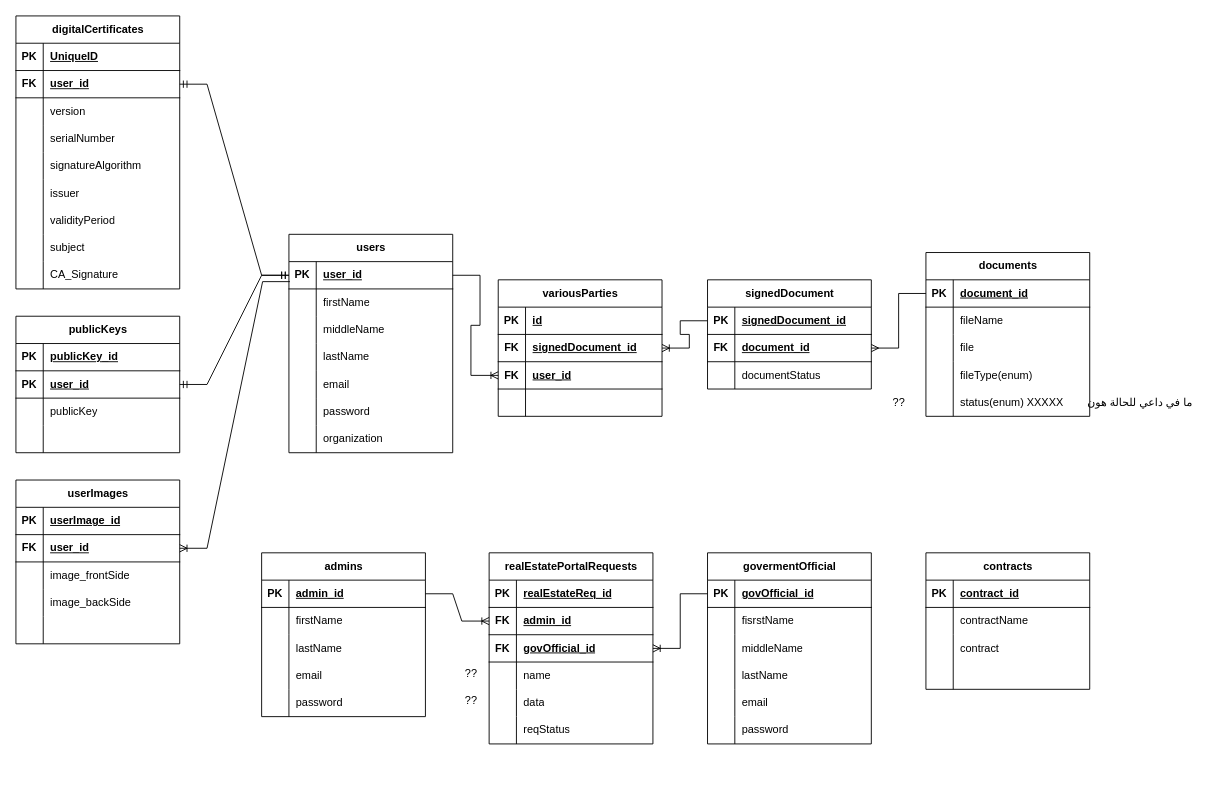
The draw.io diagram Digital Signature ERD.drawio in mhammad5015/Digital-Signature-Application, before the edit. Source tidied: cells renumbered, new cells numbered last; positions are measured from the earlier drawing's top-left corner, leaving out a move shared by most shapes. Both pictures are drawn from the tidied source at 91%, with x=0, y=0 at pixel (15, 15).
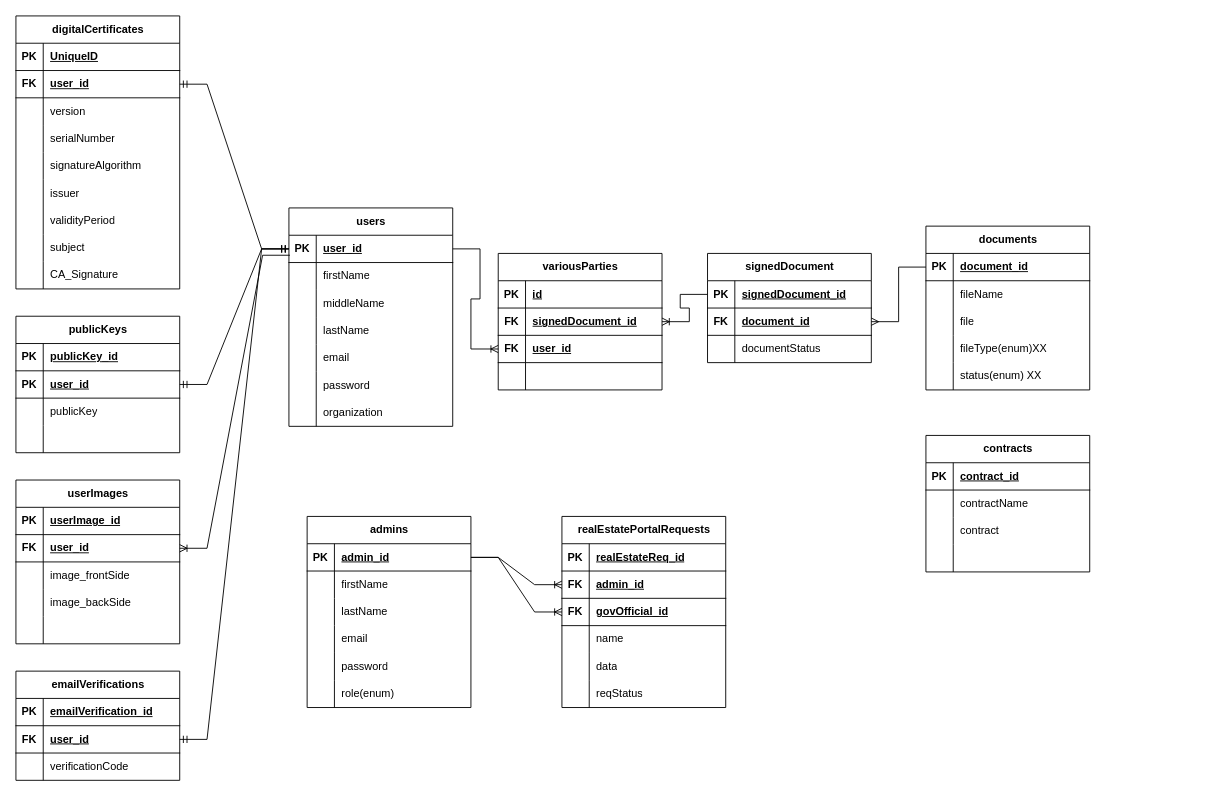
The same page after the edit.

Unchanged cells that the change refers to:
```xml
<mxCell id="3" style="shape=tableRow;horizontal=0;startSize=0;swimlaneHead=0;swimlaneBody=0;fillColor=none;points=[[0,0.5],[1,0.5]];portConstraint=eastwest;top=0;left=0;right=0;bottom=1;" parent="2" vertex="1">
  <mxGeometry y="30" width="180" height="30" as="geometry" />
</mxCell>
<mxCell id="19" style="shape=tableRow;horizontal=0;startSize=0;swimlaneHead=0;swimlaneBody=0;fillColor=none;points=[[0,0.5],[1,0.5]];portConstraint=eastwest;top=0;left=0;right=0;bottom=1;" parent="18" vertex="1">
  <mxGeometry y="30" width="180" height="30" as="geometry" />
</mxCell>
<mxCell id="91" style="shape=tableRow;horizontal=0;startSize=0;swimlaneHead=0;swimlaneBody=0;fillColor=none;top=0;left=0;right=0;bottom=0;" parent="81" vertex="1">
  <mxGeometry y="120" width="180" height="30" as="geometry" />
</mxCell>
<mxCell id="94" style="shape=tableRow;horizontal=0;startSize=0;swimlaneHead=0;swimlaneBody=0;fillColor=none;top=0;left=0;right=0;bottom=0;" parent="81" vertex="1">
  <mxGeometry y="150" width="180" height="30" as="geometry" />
</mxCell>
<mxCell id="160" style="shape=tableRow;horizontal=0;startSize=0;swimlaneHead=0;swimlaneBody=0;fillColor=none;points=[[0,0.5],[1,0.5]];portConstraint=eastwest;top=0;left=0;right=0;bottom=1;" parent="156" vertex="1">
  <mxGeometry y="60" width="180" height="30" as="geometry" />
</mxCell>
<mxCell id="163" style="shape=tableRow;horizontal=0;startSize=0;swimlaneHead=0;swimlaneBody=0;fillColor=none;points=[[0,0.5],[1,0.5]];portConstraint=eastwest;top=0;left=0;right=0;bottom=1;" parent="156" vertex="1">
  <mxGeometry y="90" width="180" height="30" as="geometry" />
</mxCell>
```

Change to the diagram source:
```diff
@@
     <mxCell id="2" value="admins" style="shape=table;startSize=30;childLayout=tableLayout;rowLines=0;fontStyle=1;align=center;html=1;" parent="1" vertex="1">
-      <mxGeometry x="270" y="590" width="180" height="180" as="geometry" />
+      <mxGeometry x="320" y="550" width="180" height="210" as="geometry" />
     </mxCell>
@@
+    <mxCell id="113" style="shape=tableRow;horizontal=0;startSize=0;swimlaneHead=0;swimlaneBody=0;fillColor=none;top=0;left=0;right=0;bottom=0;" parent="2" vertex="1">
+      <mxGeometry y="180" width="180" height="30" as="geometry" />
+    </mxCell>
+    <mxCell id="199" style="shape=partialRectangle;fillColor=none;top=0;left=0;bottom=0;right=0;overflow=hidden;whiteSpace=wrap;html=1;" parent="113" vertex="1">
+      <mxGeometry width="30" height="30" as="geometry" />
+    </mxCell>
+    <mxCell id="200" value="role(enum)" style="shape=partialRectangle;fillColor=none;top=0;left=0;bottom=0;right=0;align=left;spacingLeft=6;overflow=hidden;whiteSpace=wrap;html=1;" parent="113" vertex="1">
+      <mxGeometry x="30" width="150" height="30" as="geometry" />
+    </mxCell>
     <mxCell id="18" value="users" style="shape=table;startSize=30;childLayout=tableLayout;rowLines=0;fontStyle=1;align=center;html=1;" parent="1" vertex="1">
-      <mxGeometry x="300" y="240" width="180" height="240" as="geometry" />
+      <mxGeometry x="300" y="211" width="180" height="240" as="geometry" />
     </mxCell>
@@
     <mxCell id="40" value="contracts" style="shape=table;startSize=30;childLayout=tableLayout;rowLines=0;fontStyle=1;align=center;html=1;" parent="1" vertex="1">
-      <mxGeometry x="1000" y="590" width="180" height="150" as="geometry" />
+      <mxGeometry x="1000" y="461" width="180" height="150" as="geometry" />
     </mxCell>
@@
     <mxCell id="81" value="documents" style="shape=table;startSize=30;childLayout=tableLayout;rowLines=0;fontStyle=1;align=center;html=1;" parent="1" vertex="1">
-      <mxGeometry x="1000" y="260" width="180" height="180" as="geometry" />
+      <mxGeometry x="1000" y="231" width="180" height="180" as="geometry" />
     </mxCell>
@@
-    <mxCell id="93" value="fileType(enum)" style="shape=partialRectangle;fillColor=none;top=0;left=0;bottom=0;right=0;align=left;spacingLeft=6;overflow=hidden;whiteSpace=wrap;html=1;" parent="91" vertex="1">
+    <mxCell id="93" value="fileType(enum)XX" style="shape=partialRectangle;fillColor=none;top=0;left=0;bottom=0;right=0;align=left;spacingLeft=6;overflow=hidden;whiteSpace=wrap;html=1;" parent="91" vertex="1">
       <mxGeometry x="30" width="150" height="30" as="geometry" />
     </mxCell>
@@
-    <mxCell id="96" value="status(enum) XXXXX" style="shape=partialRectangle;fillColor=none;top=0;left=0;bottom=0;right=0;align=left;spacingLeft=6;overflow=hidden;whiteSpace=wrap;html=1;" parent="94" vertex="1">
+    <mxCell id="96" value="status(enum) XX" style="shape=partialRectangle;fillColor=none;top=0;left=0;bottom=0;right=0;align=left;spacingLeft=6;overflow=hidden;whiteSpace=wrap;html=1;" parent="94" vertex="1">
       <mxGeometry x="30" width="150" height="30" as="geometry" />
     </mxCell>
-    <mxCell id="97" value="govermentOfficial" style="shape=table;startSize=30;childLayout=tableLayout;rowLines=0;fontStyle=1;align=center;html=1;" parent="1" vertex="1">
-      <mxGeometry x="760" y="590" width="180" height="210" as="geometry" />
-    </mxCell>
-    <mxCell id="98" style="shape=tableRow;horizontal=0;startSize=0;swimlaneHead=0;swimlaneBody=0;fillColor=none;points=[[0,0.5],[1,0.5]];portConstraint=eastwest;top=0;left=0;right=0;bottom=1;" parent="97" vertex="1">
-      <mxGeometry y="30" width="180" height="30" as="geometry" />
-    </mxCell>
-    <mxCell id="99" value="PK" style="shape=partialRectangle;fillColor=none;top=0;left=0;bottom=0;right=0;fontStyle=1;overflow=hidden;whiteSpace=wrap;html=1;" parent="98" vertex="1">
-      <mxGeometry width="30" height="30" as="geometry" />
-    </mxCell>
-    <mxCell id="100" value="govOfficial_id" style="shape=partialRectangle;fillColor=none;top=0;left=0;bottom=0;right=0;align=left;spacingLeft=6;fontStyle=5;overflow=hidden;whiteSpace=wrap;html=1;" parent="98" vertex="1">
-      <mxGeometry x="30" width="150" height="30" as="geometry" />
-    </mxCell>
-    <mxCell id="101" style="shape=tableRow;horizontal=0;startSize=0;swimlaneHead=0;swimlaneBody=0;fillColor=none;top=0;left=0;right=0;bottom=0;" parent="97" vertex="1">
-      <mxGeometry y="60" width="180" height="30" as="geometry" />
-    </mxCell>
-    <mxCell id="102" style="shape=partialRectangle;fillColor=none;top=0;left=0;bottom=0;right=0;overflow=hidden;whiteSpace=wrap;html=1;" parent="101" vertex="1">
-      <mxGeometry width="30" height="30" as="geometry" />
-    </mxCell>
-    <mxCell id="103" value="fisrstName" style="shape=partialRectangle;fillColor=none;top=0;left=0;bottom=0;right=0;align=left;spacingLeft=6;overflow=hidden;whiteSpace=wrap;html=1;" parent="101" vertex="1">
-      <mxGeometry x="30" width="150" height="30" as="geometry" />
-    </mxCell>
-    <mxCell id="104" style="shape=tableRow;horizontal=0;startSize=0;swimlaneHead=0;swimlaneBody=0;fillColor=none;top=0;left=0;right=0;bottom=0;" parent="97" vertex="1">
-      <mxGeometry y="90" width="180" height="30" as="geometry" />
-    </mxCell>
-    <mxCell id="105" style="shape=partialRectangle;fillColor=none;top=0;left=0;bottom=0;right=0;overflow=hidden;whiteSpace=wrap;html=1;" parent="104" vertex="1">
-      <mxGeometry width="30" height="30" as="geometry" />
-    </mxCell>
-    <mxCell id="106" value="middleName" style="shape=partialRectangle;fillColor=none;top=0;left=0;bottom=0;right=0;align=left;spacingLeft=6;overflow=hidden;whiteSpace=wrap;html=1;" parent="104" vertex="1">
-      <mxGeometry x="30" width="150" height="30" as="geometry" />
-    </mxCell>
-    <mxCell id="107" style="shape=tableRow;horizontal=0;startSize=0;swimlaneHead=0;swimlaneBody=0;fillColor=none;top=0;left=0;right=0;bottom=0;" parent="97" vertex="1">
-      <mxGeometry y="120" width="180" height="30" as="geometry" />
-    </mxCell>
-    <mxCell id="108" style="shape=partialRectangle;fillColor=none;top=0;left=0;bottom=0;right=0;overflow=hidden;whiteSpace=wrap;html=1;" parent="107" vertex="1">
-      <mxGeometry width="30" height="30" as="geometry" />
-    </mxCell>
-    <mxCell id="109" value="lastName" style="shape=partialRectangle;fillColor=none;top=0;left=0;bottom=0;right=0;align=left;spacingLeft=6;overflow=hidden;whiteSpace=wrap;html=1;" parent="107" vertex="1">
-      <mxGeometry x="30" width="150" height="30" as="geometry" />
-    </mxCell>
-    <mxCell id="110" style="shape=tableRow;horizontal=0;startSize=0;swimlaneHead=0;swimlaneBody=0;fillColor=none;top=0;left=0;right=0;bottom=0;" parent="97" vertex="1">
-      <mxGeometry y="150" width="180" height="30" as="geometry" />
-    </mxCell>
-    <mxCell id="111" style="shape=partialRectangle;fillColor=none;top=0;left=0;bottom=0;right=0;overflow=hidden;whiteSpace=wrap;html=1;" parent="110" vertex="1">
-      <mxGeometry width="30" height="30" as="geometry" />
-    </mxCell>
-    <mxCell id="112" value="email" style="shape=partialRectangle;fillColor=none;top=0;left=0;bottom=0;right=0;align=left;spacingLeft=6;overflow=hidden;whiteSpace=wrap;html=1;" parent="110" vertex="1">
-      <mxGeometry x="30" width="150" height="30" as="geometry" />
-    </mxCell>
-    <mxCell id="113" style="shape=tableRow;horizontal=0;startSize=0;swimlaneHead=0;swimlaneBody=0;fillColor=none;top=0;left=0;right=0;bottom=0;" parent="97" vertex="1">
-      <mxGeometry y="180" width="180" height="30" as="geometry" />
-    </mxCell>
-    <mxCell id="114" style="shape=partialRectangle;fillColor=none;top=0;left=0;bottom=0;right=0;overflow=hidden;whiteSpace=wrap;html=1;" parent="113" vertex="1">
-      <mxGeometry width="30" height="30" as="geometry" />
-    </mxCell>
-    <mxCell id="115" value="password" style="shape=partialRectangle;fillColor=none;top=0;left=0;bottom=0;right=0;align=left;spacingLeft=6;overflow=hidden;whiteSpace=wrap;html=1;" parent="113" vertex="1">
-      <mxGeometry x="30" width="150" height="30" as="geometry" />
-    </mxCell>
@@
     <mxCell id="145" value="signedDocument" style="shape=table;startSize=30;childLayout=tableLayout;rowLines=0;fontStyle=1;align=center;html=1;" parent="1" vertex="1">
-      <mxGeometry x="760" y="290" width="180" height="120" as="geometry" />
+      <mxGeometry x="760" y="261" width="180" height="120" as="geometry" />
     </mxCell>
@@
     <mxCell id="156" value="realEstatePortalRequests" style="shape=table;startSize=30;childLayout=tableLayout;rowLines=0;fontStyle=1;align=center;html=1;" parent="1" vertex="1">
-      <mxGeometry x="520" y="590" width="180" height="210" as="geometry" />
+      <mxGeometry x="600" y="550" width="180" height="210" as="geometry" />
     </mxCell>
@@
-    <mxCell id="164" value="FK" style="shape=partialRectangle;fillColor=none;top=0;left=0;bottom=0;right=0;fontStyle=1;overflow=hidden;whiteSpace=wrap;html=1;" parent="163" vertex="1">
-      <mxGeometry width="30" height="30" as="geometry" />
-    </mxCell>
-    <mxCell id="165" value="govOfficial_id" style="shape=partialRectangle;fillColor=none;top=0;left=0;bottom=0;right=0;align=left;spacingLeft=6;fontStyle=5;overflow=hidden;whiteSpace=wrap;html=1;" parent="163" vertex="1">
-      <mxGeometry x="30" width="150" height="30" as="geometry" />
-    </mxCell>
+    <mxCell id="201" value="FK" style="shape=partialRectangle;fillColor=none;top=0;left=0;bottom=0;right=0;fontStyle=1;overflow=hidden;whiteSpace=wrap;html=1;" parent="163" vertex="1">
+      <mxGeometry width="30" height="30" as="geometry" />
+    </mxCell>
+    <mxCell id="202" value="govOfficial_id" style="shape=partialRectangle;fillColor=none;top=0;left=0;bottom=0;right=0;align=left;spacingLeft=6;fontStyle=5;overflow=hidden;whiteSpace=wrap;html=1;" parent="163" vertex="1">
+      <mxGeometry x="30" width="150" height="30" as="geometry" />
+    </mxCell>
@@
-    <mxCell id="177" style="edgeStyle=entityRelationEdgeStyle;fontSize=12;html=1;endArrow=ERoneToMany;rounded=0;exitX=1;exitY=0.5;exitDx=0;exitDy=0;entryX=0;entryY=0.5;entryDx=0;entryDy=0;" parent="1" edge="1" source="3" target="160">
-      <mxGeometry relative="1" as="geometry" />
-    </mxCell>
-    <mxCell id="178" style="edgeStyle=entityRelationEdgeStyle;fontSize=12;html=1;endArrow=ERoneToMany;rounded=0;exitX=0;exitY=0.5;exitDx=0;exitDy=0;entryX=1;entryY=0.5;entryDx=0;entryDy=0;" parent="1" edge="1" source="98" target="163">
-      <mxGeometry relative="1" as="geometry" />
-    </mxCell>
@@
     <mxCell id="180" value="variousParties" style="shape=table;startSize=30;childLayout=tableLayout;rowLines=0;fontStyle=1;align=center;html=1;" parent="1" vertex="1">
-      <mxGeometry x="530" y="290" width="180" height="150" as="geometry" />
+      <mxGeometry x="530" y="261" width="180" height="150" as="geometry" />
     </mxCell>
@@
-    <mxCell id="195" value="ما في داعي للحالة هون" style="text;html=1;align=center;verticalAlign=middle;strokeColor=none;fillColor=none;" parent="1" vertex="1">
-      <mxGeometry x="1180" y="410" width="110" height="30" as="geometry" />
-    </mxCell>
-    <mxCell id="196" value="??" style="text;html=1;align=center;verticalAlign=middle;strokeColor=none;fillColor=none;" parent="1" vertex="1">
-      <mxGeometry x="480" y="738" width="40" height="30" as="geometry" />
-    </mxCell>
-    <mxCell id="197" value="??" style="text;html=1;align=center;verticalAlign=middle;strokeColor=none;fillColor=none;" parent="1" vertex="1">
-      <mxGeometry x="480" y="708" width="40" height="30" as="geometry" />
-    </mxCell>
-    <mxCell id="198" value="??" style="text;html=1;align=center;verticalAlign=middle;strokeColor=none;fillColor=none;" parent="1" vertex="1">
-      <mxGeometry x="950" y="410" width="40" height="30" as="geometry" />
-    </mxCell>
+    <mxCell id="203" value="emailVerifications" style="shape=table;startSize=30;childLayout=tableLayout;rowLines=0;fontStyle=1;align=center;html=1;" parent="1" vertex="1">
+      <mxGeometry y="720" width="180" height="120" as="geometry" />
+    </mxCell>
+    <mxCell id="98" style="shape=tableRow;horizontal=0;startSize=0;swimlaneHead=0;swimlaneBody=0;fillColor=none;points=[[0,0.5],[1,0.5]];portConstraint=eastwest;top=0;left=0;right=0;bottom=1;" parent="203" vertex="1">
+      <mxGeometry y="30" width="180" height="30" as="geometry" />
+    </mxCell>
+    <mxCell id="99" value="PK" style="shape=partialRectangle;fillColor=none;top=0;left=0;bottom=0;right=0;fontStyle=1;overflow=hidden;whiteSpace=wrap;html=1;" parent="98" vertex="1">
+      <mxGeometry width="30" height="30" as="geometry" />
+    </mxCell>
+    <mxCell id="204" value="emailVerification_id" style="shape=partialRectangle;fillColor=none;top=0;left=0;bottom=0;right=0;align=left;spacingLeft=6;fontStyle=5;overflow=hidden;whiteSpace=wrap;html=1;" parent="98" vertex="1">
+      <mxGeometry x="30" width="150" height="30" as="geometry" />
+    </mxCell>
+    <mxCell id="205" style="shape=tableRow;horizontal=0;startSize=0;swimlaneHead=0;swimlaneBody=0;fillColor=none;points=[[0,0.5],[1,0.5]];portConstraint=eastwest;top=0;left=0;right=0;bottom=1;" parent="203" vertex="1">
+      <mxGeometry y="60" width="180" height="30" as="geometry" />
+    </mxCell>
+    <mxCell id="206" value="FK" style="shape=partialRectangle;fillColor=none;top=0;left=0;bottom=0;right=0;fontStyle=1;overflow=hidden;whiteSpace=wrap;html=1;" parent="205" vertex="1">
+      <mxGeometry width="30" height="30" as="geometry" />
+    </mxCell>
+    <mxCell id="207" value="user_id" style="shape=partialRectangle;fillColor=none;top=0;left=0;bottom=0;right=0;align=left;spacingLeft=6;fontStyle=5;overflow=hidden;whiteSpace=wrap;html=1;" parent="205" vertex="1">
+      <mxGeometry x="30" width="150" height="30" as="geometry" />
+    </mxCell>
+    <mxCell id="104" style="shape=tableRow;horizontal=0;startSize=0;swimlaneHead=0;swimlaneBody=0;fillColor=none;top=0;left=0;right=0;bottom=0;" parent="203" vertex="1">
+      <mxGeometry y="90" width="180" height="30" as="geometry" />
+    </mxCell>
+    <mxCell id="208" style="shape=partialRectangle;fillColor=none;top=0;left=0;bottom=0;right=0;overflow=hidden;whiteSpace=wrap;html=1;" parent="104" vertex="1">
+      <mxGeometry width="30" height="30" as="geometry" />
+    </mxCell>
+    <mxCell id="209" value="verificationCode" style="shape=partialRectangle;fillColor=none;top=0;left=0;bottom=0;right=0;align=left;spacingLeft=6;overflow=hidden;whiteSpace=wrap;html=1;" parent="104" vertex="1">
+      <mxGeometry x="30" width="150" height="30" as="geometry" />
+    </mxCell>
+    <mxCell id="210" style="edgeStyle=entityRelationEdgeStyle;fontSize=12;html=1;endArrow=ERmandOne;startArrow=ERmandOne;rounded=0;entryX=0;entryY=0.5;entryDx=0;entryDy=0;exitX=1;exitY=0.5;exitDx=0;exitDy=0;" parent="1" edge="1" source="205" target="19">
+      <mxGeometry relative="1" as="geometry" />
+    </mxCell>
+    <mxCell id="177" style="edgeStyle=entityRelationEdgeStyle;fontSize=12;html=1;endArrow=ERoneToMany;rounded=0;entryX=0;entryY=0.5;entryDx=0;entryDy=0;exitX=1;exitY=0.5;exitDx=0;exitDy=0;" parent="1" edge="1" source="3" target="160">
+      <mxGeometry relative="1" as="geometry" />
+    </mxCell>
+    <mxCell id="211" style="edgeStyle=entityRelationEdgeStyle;fontSize=12;html=1;endArrow=ERoneToMany;rounded=0;entryX=0;entryY=0.5;entryDx=0;entryDy=0;exitX=1;exitY=0.5;exitDx=0;exitDy=0;" parent="1" edge="1" source="3" target="163">
+      <mxGeometry relative="1" as="geometry" />
+    </mxCell>
```
